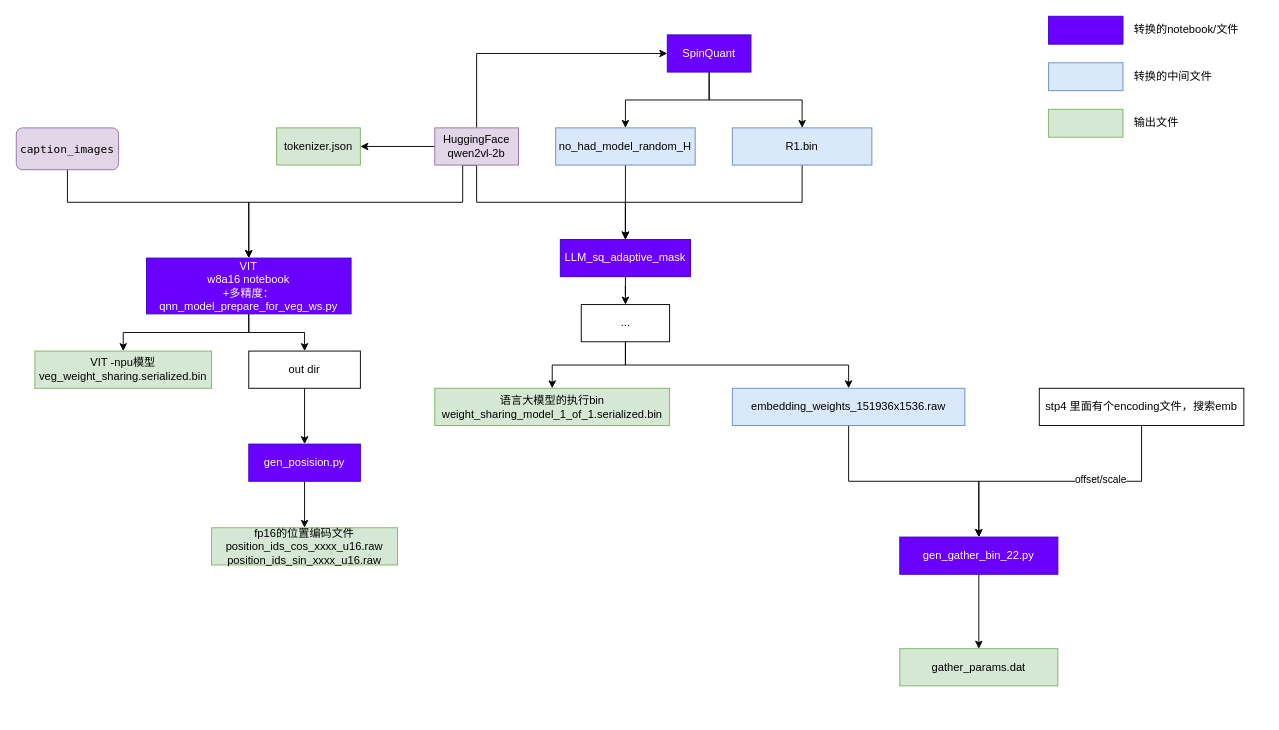
mailonghua/drawio keeps this draw.io diagram as LLM/mllm_hexagon_npu_convert.drawio. Above is the earlier version. Source tidied: cells renumbered, new cells numbered last; positions are measured from the earlier drawing's top-left corner, leaving out a move shared by most shapes. Both pictures are drawn from the tidied source at 93%, with x=0, y=0 at pixel (16, 16).
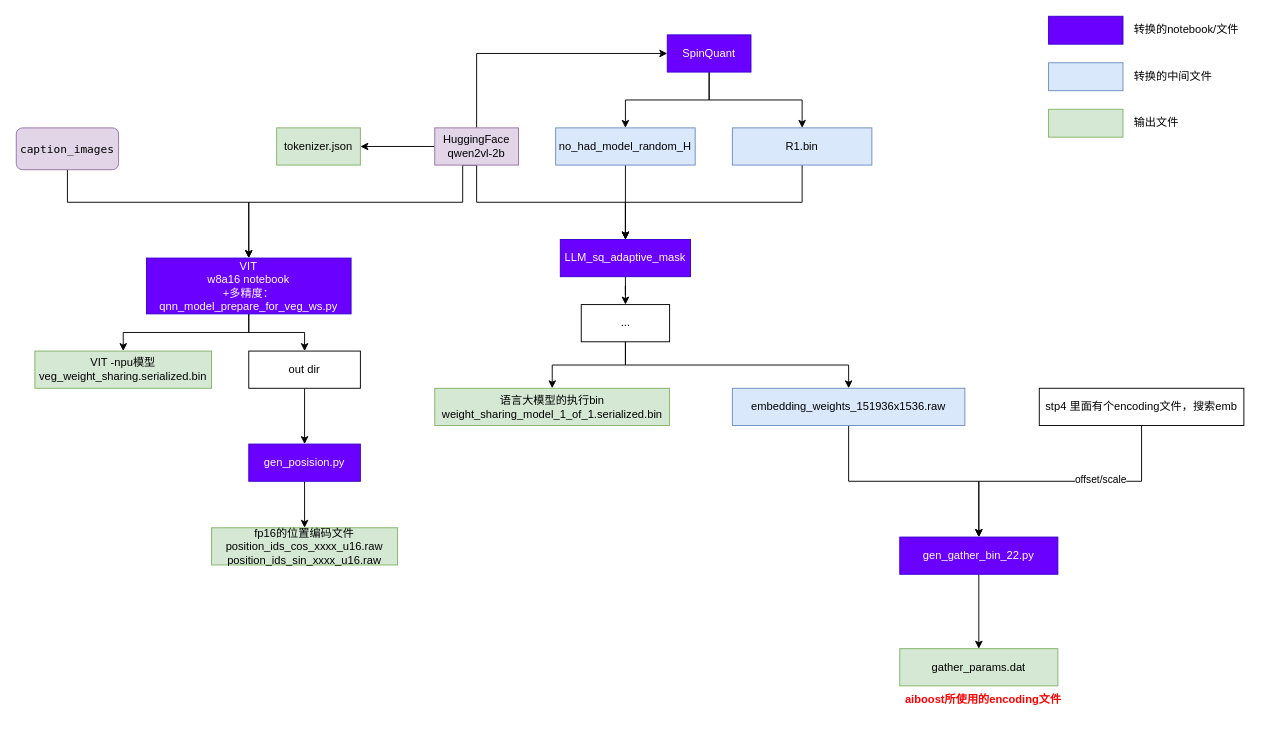
The same page after the edit.

Diff of the diagram source:
```diff
@@
+    <mxCell id="47" value="aiboost所使用的encoding文件" style="text;strokeColor=none;align=center;fillColor=none;html=1;verticalAlign=middle;whiteSpace=wrap;rounded=0;fontStyle=1;fontColor=#FF0000;" parent="1" vertex="1">
+      <mxGeometry x="950" y="720" width="180" height="30" as="geometry" />
+    </mxCell>
```
